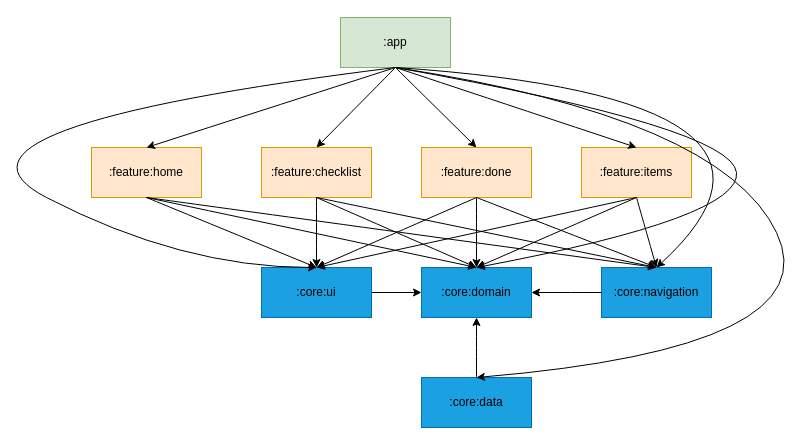
The draw.io diagram docs/airchitecture/ModuleStructure.drawio in Nkot117/GoSmart, before the edit. Source tidied: cells renumbered, new cells numbered last; positions are measured from the earlier drawing's top-left corner, leaving out a move shared by most shapes. Both pictures are drawn from the tidied source at 100%, with x=0, y=0 at pixel (-89, 17).
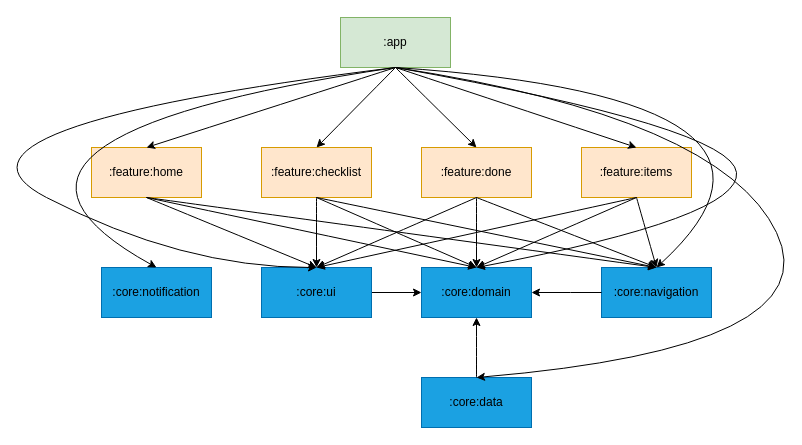
The same diagram, later.

Commit message (it also covers changes not shown here):
feat(notification): add notification channel initialization

The change refers to these unchanged cells:
```xml
<mxCell id="2" value="&lt;font style=&quot;color: light-dark(rgb(0, 0, 0), rgb(0, 0, 0));&quot;&gt;:app&lt;/font&gt;" style="html=1;whiteSpace=wrap;fillColor=#d5e8d4;strokeColor=#82b366;" parent="1" vertex="1">
  <mxGeometry x="429" width="110" height="50" as="geometry" />
</mxCell>
```

Change to the diagram source:
```diff
@@
+    <mxCell id="34" value="&lt;font&gt;:core:notification&lt;/font&gt;" style="html=1;whiteSpace=wrap;fillColor=#1ba1e2;fontColor=#000000;strokeColor=#006EAF;" parent="1" vertex="1">
+      <mxGeometry x="190" y="250" width="110" height="50" as="geometry" />
+    </mxCell>
+    <mxCell id="35" style="curved=1;endArrow=classic;html=1;rounded=0;entryX=0.5;entryY=0;entryDx=0;entryDy=0;exitX=0.5;exitY=1;exitDx=0;exitDy=0;" parent="1" edge="1" source="2" target="34">
+      <mxGeometry relative="1" as="geometry">
+        <Array as="points">
+          <mxPoint x="10" y="120" />
+        </Array>
+      </mxGeometry>
+    </mxCell>
```
